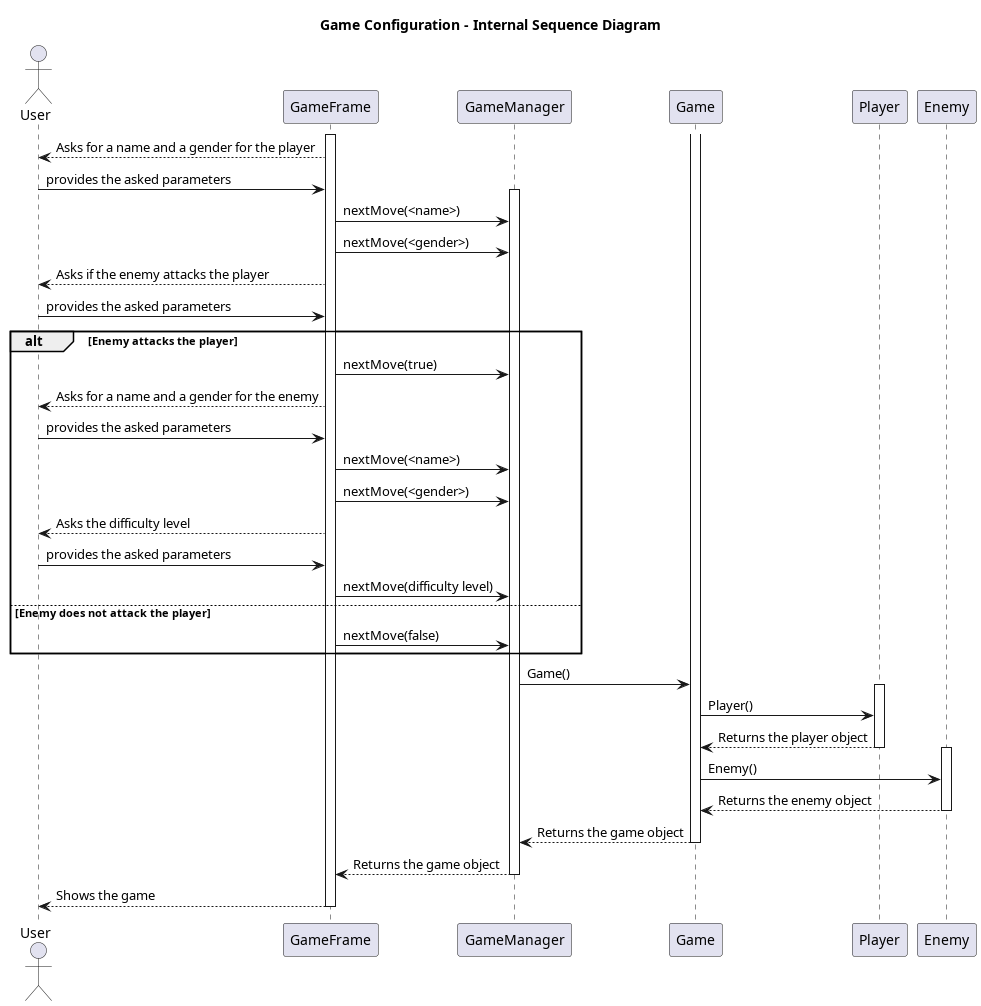
nardib/TextAdventure keeps this PlantUML diagram as docs/uml/GameConfigurationInternalSequenceDiagram.png. Above is the earlier version.
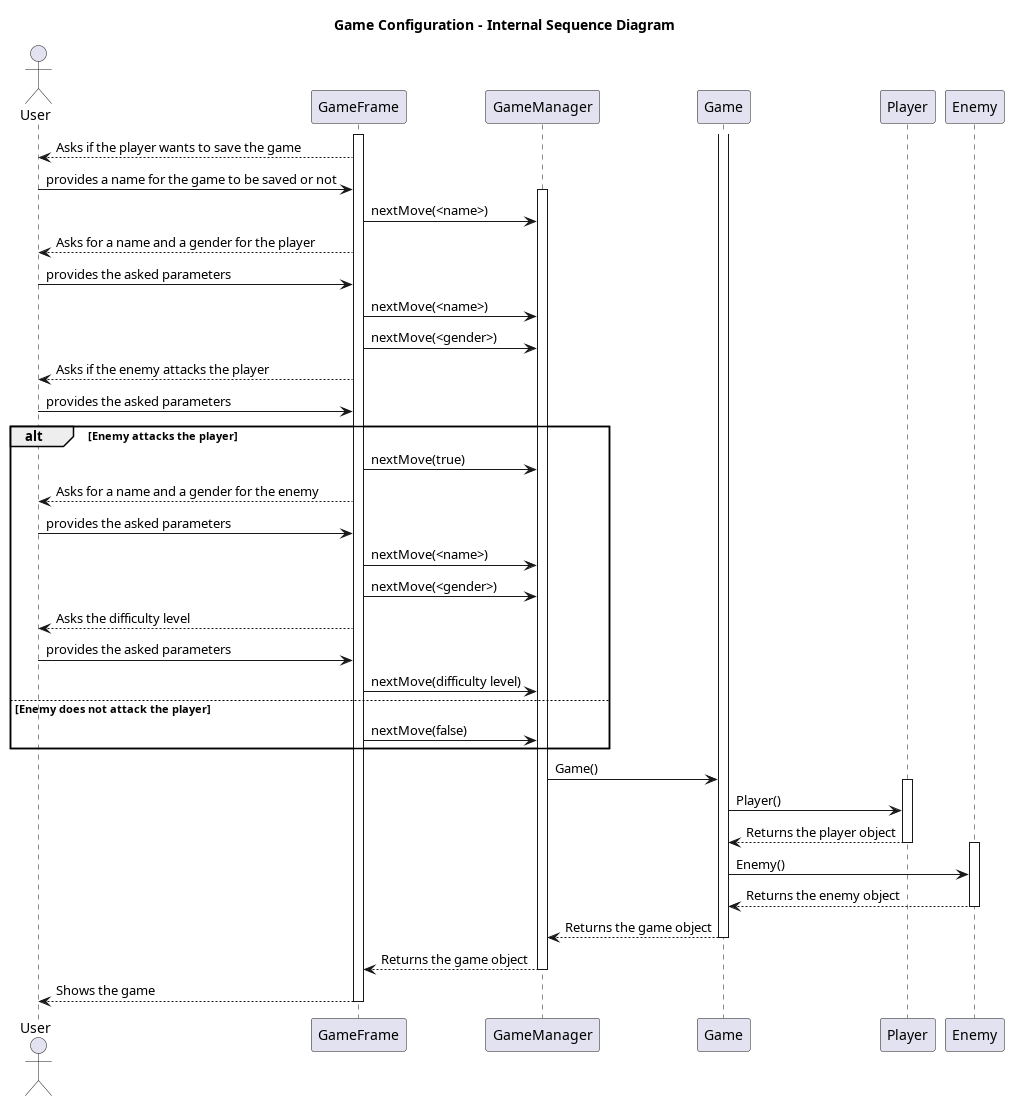
Above is the later version.

Change to the diagram source:
```diff
@@ -10,9 +10,12 @@
 participant Enemy
 
 activate GameFrame
+GameFrame --> User : Asks if the player wants to save the game
+User -> GameFrame : provides a name for the game to be saved or not
+activate GameManager
+GameFrame -> GameManager : nextMove(<name>)
 GameFrame --> User: Asks for a name and a gender for the player
 User -> GameFrame : provides the asked parameters
-activate GameManager
 GameFrame -> GameManager : nextMove(<name>)
 GameFrame -> GameManager : nextMove(<gender>)
 
```
